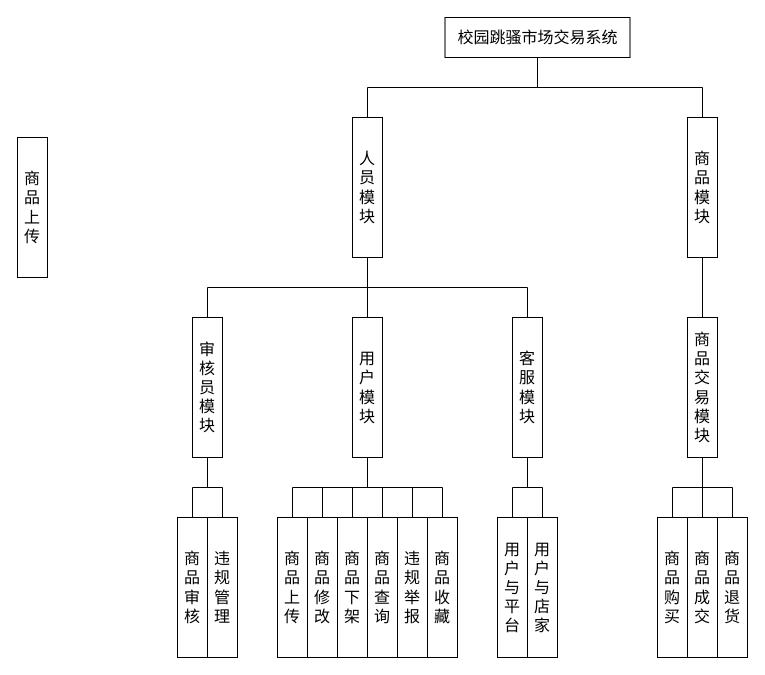
200928/image keeps this draw.io diagram as 系统框图.drawio. Above is the earlier version. Source tidied: cells renumbered, new cells numbered last; positions are measured from the earlier drawing's top-left corner, leaving out a move shared by most shapes. Both pictures are drawn from the tidied source at 100%, with x=0, y=0 at pixel (17, 17).
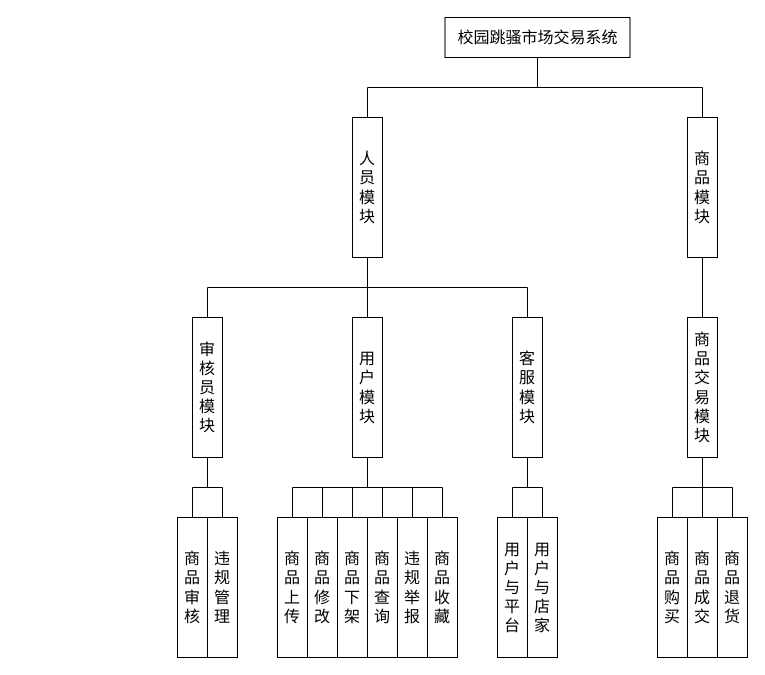
The same diagram, later.

Commit message:
更新系统框图.drawio

Diff of the diagram source:
```diff
@@
-    <mxCell id="21" value="商品上传" style="rounded=0;whiteSpace=wrap;html=1;fontSize=16;" parent="1" vertex="1">
-      <mxGeometry y="120" width="30" height="140" as="geometry" />
-    </mxCell>
```
